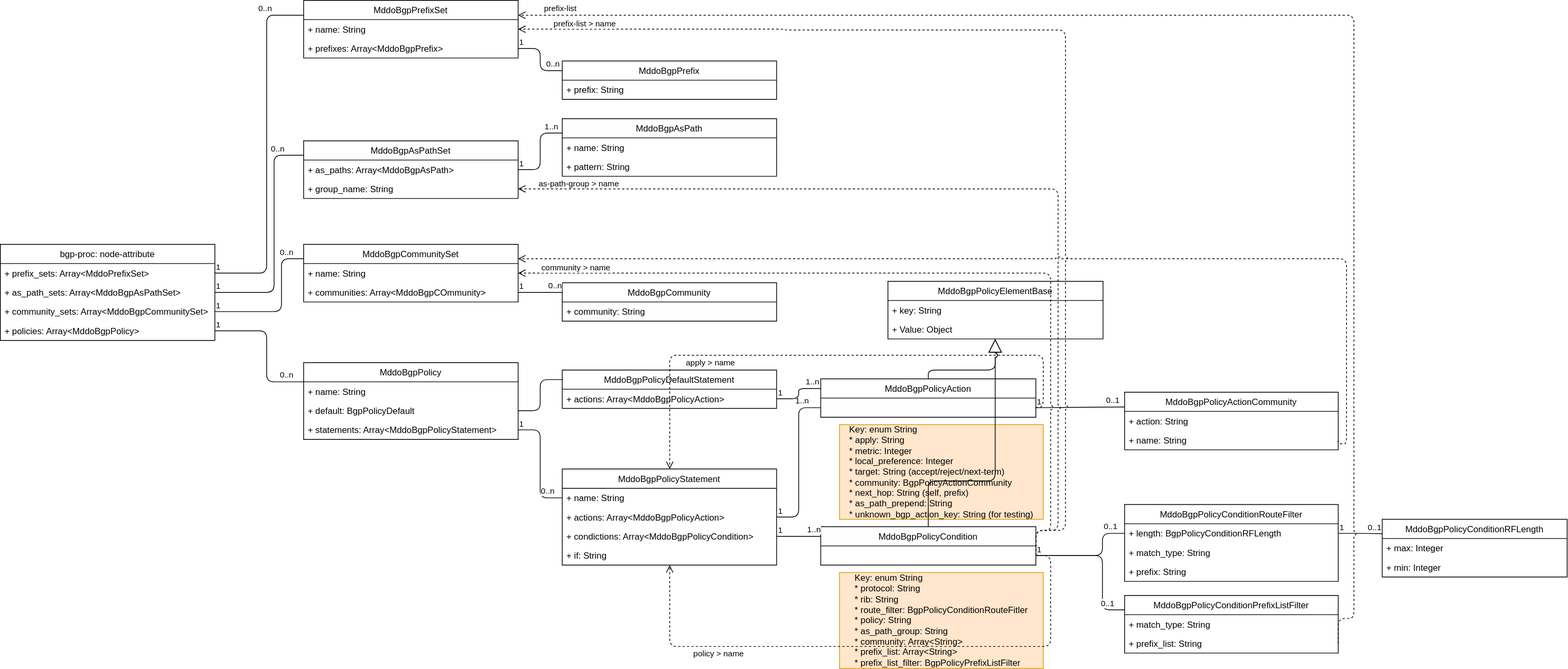
The draw.io diagram fig/bgp_policy_dsl.drawio.svg in ool-mddo/netomox, before a commit. Source tidied: cells renumbered, new cells last; positions are measured from the earlier drawing's top-left corner, leaving out a move shared by most shapes.
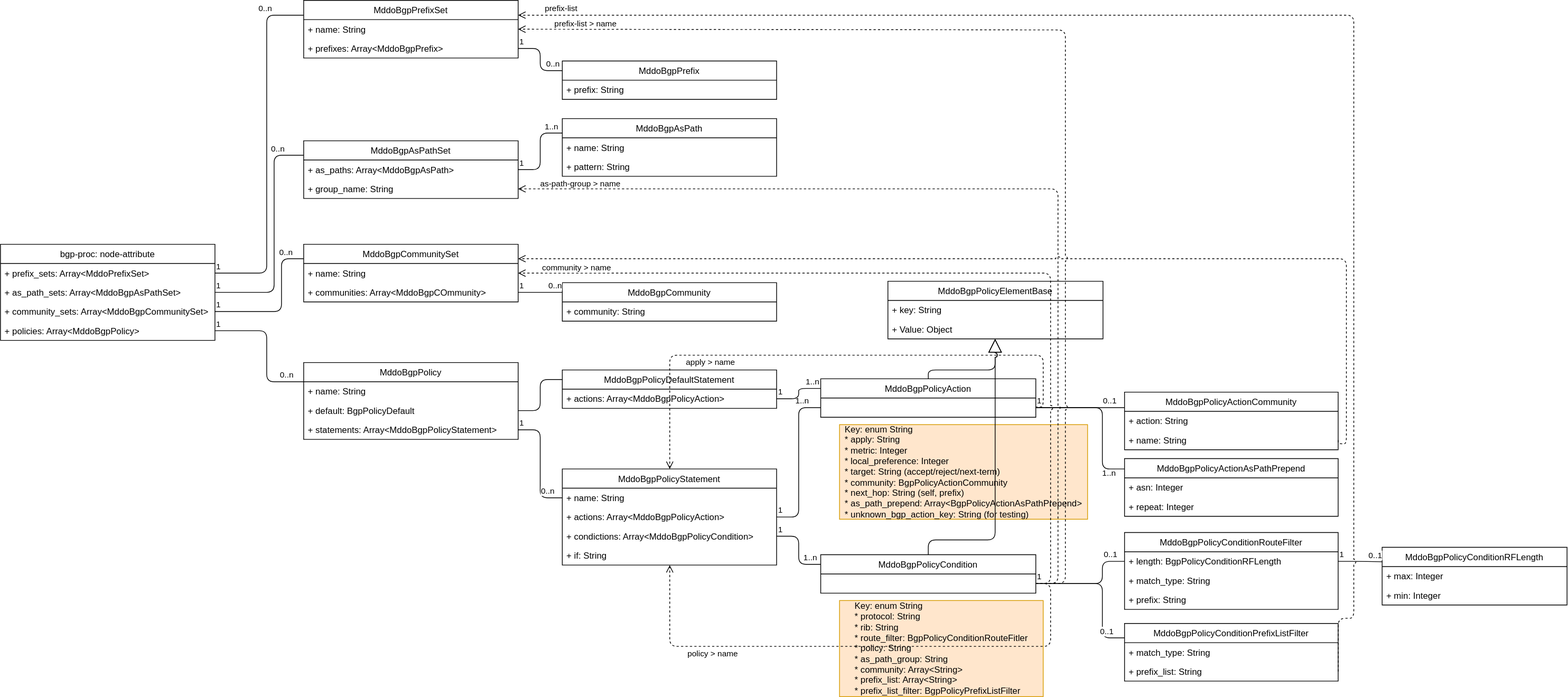
Above is the later version.

Commit message:
Update as-path-prepend data format

Diff of the diagram source:
```diff
@@ -117,10 +117,10 @@
       <mxGeometry x="1109.2" y="512" width="290.8" height="52" as="geometry" />
     </mxCell>
     <mxCell id="34" value="MddoBgpPolicyCondition" style="swimlane;fontStyle=0;horizontal=1;startSize=26;fillColor=none;" parent="1" vertex="1">
-      <mxGeometry x="1109.2" y="712" width="290.8" height="52" as="geometry" />
+      <mxGeometry x="1109.2" y="750" width="290.8" height="52" as="geometry" />
     </mxCell>
     <mxCell id="35" value="MddoBgpPolicyConditionRouteFilter" style="swimlane;fontStyle=0;horizontal=1;startSize=26;fillColor=none;" parent="1" vertex="1">
-      <mxGeometry x="1520" y="682" width="288.8" height="104" as="geometry" />
+      <mxGeometry x="1520" y="720" width="288.8" height="104" as="geometry" />
     </mxCell>
     <mxCell id="36" value="+ length: BgpPolicyConditionRFLength" style="text;strokeColor=none;fillColor=none;align=left;verticalAlign=top;spacingLeft=4;spacingRight=4;overflow=hidden;points=[[0,0.5],[1,0.5]];portConstraint=eastwest;" parent="35" vertex="1">
       <mxGeometry y="26" width="288.8" height="26" as="geometry" />
@@ -156,8 +156,8 @@
     <mxCell id="45" style="endArrow=none;endFill=0;html=1;edgeStyle=orthogonalEdgeStyle;align=left;verticalAlign=top;exitX=1;exitY=0.75;exitDx=0;exitDy=0;entryX=0;entryY=0.5;entryDx=0;entryDy=0;" parent="1" edge="1" source="34" target="36">
       <mxGeometry x="-1" relative="1" as="geometry">
         <Array as="points">
-          <mxPoint x="1490" y="751" />
-          <mxPoint x="1490" y="721" />
+          <mxPoint x="1490" y="789" />
+          <mxPoint x="1490" y="759" />
         </Array>
       </mxGeometry>
     </mxCell>
@@ -266,30 +266,25 @@
     <mxCell id="73" value="+ name: String" style="text;strokeColor=none;fillColor=none;align=left;verticalAlign=top;spacingLeft=4;spacingRight=4;overflow=hidden;points=[[0,0.5],[1,0.5]];portConstraint=eastwest;" parent="71" vertex="1">
       <mxGeometry y="52" width="288.8" height="26" as="geometry" />
     </mxCell>
-    <mxCell id="74" style="endArrow=none;endFill=0;html=1;edgeStyle=orthogonalEdgeStyle;align=left;verticalAlign=top;exitX=1;exitY=0.75;exitDx=0;exitDy=0;entryX=0;entryY=0.25;entryDx=0;entryDy=0;" parent="1" edge="1" source="33" target="71">
-      <mxGeometry x="-1" relative="1" as="geometry">
-        <Array as="points">
-          <mxPoint x="1400" y="550" />
-          <mxPoint x="1520" y="550" />
-        </Array>
-      </mxGeometry>
+    <mxCell id="74" style="endArrow=none;endFill=0;html=1;edgeStyle=orthogonalEdgeStyle;align=left;verticalAlign=top;exitX=1;exitY=0.75;exitDx=0;exitDy=0;entryX=0;entryY=0.27;entryDx=0;entryDy=0;entryPerimeter=0;" parent="1" edge="1" source="33" target="71">
+      <mxGeometry x="-1" relative="1" as="geometry" />
     </mxCell>
     <mxCell id="75" value="1" style="edgeLabel;html=1;align=left;verticalAlign=bottom;" parent="74" vertex="1">
       <mxGeometry x="-1" relative="1" as="geometry" />
     </mxCell>
     <mxCell id="76" value="0..1" style="edgeLabel;html=1;align=center;verticalAlign=middle;" parent="74" vertex="1">
       <mxGeometry x="0.79" y="-3" relative="1" as="geometry">
-        <mxPoint x="-4" y="-12" as="offset" />
+        <mxPoint x="-8" y="-12" as="offset" />
       </mxGeometry>
     </mxCell>
-    <mxCell id="77" value="&lt;div style=&quot;text-align: left;&quot;&gt;&lt;span style=&quot;background-color: initial;&quot;&gt;Key: enum String&lt;/span&gt;&lt;/div&gt;&lt;div style=&quot;text-align: left;&quot;&gt;&lt;span style=&quot;background-color: initial;&quot;&gt;* apply: String&lt;/span&gt;&lt;/div&gt;&lt;div style=&quot;text-align: left;&quot;&gt;&lt;span style=&quot;background-color: initial;&quot;&gt;* metric: Integer&lt;/span&gt;&lt;/div&gt;&lt;div style=&quot;text-align: left;&quot;&gt;&lt;span style=&quot;background-color: initial;&quot;&gt;* local_preference: Integer&lt;/span&gt;&lt;/div&gt;&lt;div style=&quot;text-align: left;&quot;&gt;&lt;span style=&quot;background-color: initial;&quot;&gt;* target: String (accept/reject/next-term)&lt;/span&gt;&lt;/div&gt;&lt;div style=&quot;text-align: left;&quot;&gt;&lt;span style=&quot;background-color: initial;&quot;&gt;* community: BgpPolicyActionCommunity&lt;/span&gt;&lt;/div&gt;&lt;div style=&quot;text-align: left;&quot;&gt;&lt;span style=&quot;background-color: initial;&quot;&gt;* next_hop: String (self, prefix)&lt;/span&gt;&lt;/div&gt;&lt;div style=&quot;text-align: left;&quot;&gt;&lt;span style=&quot;background-color: initial;&quot;&gt;* as_path_prepend: String&lt;/span&gt;&lt;/div&gt;&lt;div style=&quot;text-align: left;&quot;&gt;&lt;span style=&quot;background-color: initial;&quot;&gt;* unknown_bgp_action_key: String (for testing)&lt;/span&gt;&lt;/div&gt;" style="text;html=1;strokeColor=#d79b00;fillColor=#ffe6cc;align=center;verticalAlign=middle;whiteSpace=wrap;rounded=0;" parent="1" vertex="1">
-      <mxGeometry x="1134.6" y="574" width="275.4" height="128" as="geometry" />
+    <mxCell id="77" value="&lt;div style=&quot;text-align: left;&quot;&gt;&lt;span style=&quot;background-color: initial;&quot;&gt;Key: enum String&lt;/span&gt;&lt;/div&gt;&lt;div style=&quot;text-align: left;&quot;&gt;&lt;span style=&quot;background-color: initial;&quot;&gt;* apply: String&lt;/span&gt;&lt;/div&gt;&lt;div style=&quot;text-align: left;&quot;&gt;&lt;span style=&quot;background-color: initial;&quot;&gt;* metric: Integer&lt;/span&gt;&lt;/div&gt;&lt;div style=&quot;text-align: left;&quot;&gt;&lt;span style=&quot;background-color: initial;&quot;&gt;* local_preference: Integer&lt;/span&gt;&lt;/div&gt;&lt;div style=&quot;text-align: left;&quot;&gt;&lt;span style=&quot;background-color: initial;&quot;&gt;* target: String (accept/reject/next-term)&lt;/span&gt;&lt;/div&gt;&lt;div style=&quot;text-align: left;&quot;&gt;&lt;span style=&quot;background-color: initial;&quot;&gt;* community: BgpPolicyActionCommunity&lt;/span&gt;&lt;/div&gt;&lt;div style=&quot;text-align: left;&quot;&gt;&lt;span style=&quot;background-color: initial;&quot;&gt;* next_hop: String (self, prefix)&lt;/span&gt;&lt;/div&gt;&lt;div style=&quot;text-align: left;&quot;&gt;&lt;span style=&quot;background-color: initial;&quot;&gt;* as_path_prepend: Array&amp;lt;BgpPolicyActionAsPathPrepend&amp;gt;&lt;/span&gt;&lt;/div&gt;&lt;div style=&quot;text-align: left;&quot;&gt;&lt;span style=&quot;background-color: initial;&quot;&gt;* unknown_bgp_action_key: String (for testing)&lt;/span&gt;&lt;/div&gt;" style="text;html=1;strokeColor=#d79b00;fillColor=#ffe6cc;align=center;verticalAlign=middle;whiteSpace=wrap;rounded=0;" parent="1" vertex="1">
+      <mxGeometry x="1134.6" y="574" width="335.4" height="128" as="geometry" />
     </mxCell>
     <mxCell id="78" value="&lt;div style=&quot;text-align: left;&quot;&gt;&lt;span style=&quot;background-color: initial;&quot;&gt;Key: enum String&lt;/span&gt;&lt;/div&gt;&lt;div style=&quot;text-align: left;&quot;&gt;&lt;span style=&quot;background-color: initial;&quot;&gt;* protocol: String&lt;/span&gt;&lt;/div&gt;&lt;div style=&quot;text-align: left;&quot;&gt;&lt;span style=&quot;background-color: initial;&quot;&gt;* rib: String&lt;/span&gt;&lt;/div&gt;&lt;div style=&quot;border-color: var(--border-color); text-align: left;&quot;&gt;* route_filter: BgpPolicyConditionRouteFitler&lt;/div&gt;&lt;div style=&quot;border-color: var(--border-color); text-align: left;&quot;&gt;* policy: String&lt;/div&gt;&lt;div style=&quot;text-align: left;&quot;&gt;&lt;span style=&quot;background-color: initial;&quot;&gt;* as_path_group: String&lt;/span&gt;&lt;/div&gt;&lt;div style=&quot;text-align: left;&quot;&gt;* community: Array&amp;lt;String&amp;gt;&lt;span style=&quot;background-color: initial;&quot;&gt;&lt;br&gt;&lt;/span&gt;&lt;/div&gt;&lt;div style=&quot;text-align: left;&quot;&gt;&lt;span style=&quot;background-color: initial;&quot;&gt;* prefix_list: Array&amp;lt;String&amp;gt;&lt;/span&gt;&lt;br&gt;&lt;/div&gt;&lt;div style=&quot;text-align: left;&quot;&gt;&lt;span style=&quot;background-color: initial;&quot;&gt;* prefix_list_filter: BgpPolicyPrefixListFilter&lt;/span&gt;&lt;/div&gt;" style="text;html=1;strokeColor=#d79b00;fillColor=#ffe6cc;align=center;verticalAlign=middle;whiteSpace=wrap;rounded=0;" parent="1" vertex="1">
-      <mxGeometry x="1134.6" y="774" width="275.4" height="130" as="geometry" />
+      <mxGeometry x="1134.6" y="812" width="275.4" height="130" as="geometry" />
     </mxCell>
     <mxCell id="79" value="MddoBgpPolicyConditionRFLength" style="swimlane;fontStyle=0;horizontal=1;startSize=26;fillColor=none;" parent="1" vertex="1">
-      <mxGeometry x="1868.3" y="702" width="250" height="78" as="geometry" />
+      <mxGeometry x="1868.3" y="740" width="250" height="78" as="geometry" />
     </mxCell>
     <mxCell id="80" value="+ max: Integer" style="text;strokeColor=none;fillColor=none;align=left;verticalAlign=top;spacingLeft=4;spacingRight=4;overflow=hidden;" parent="79" vertex="1">
       <mxGeometry y="26" width="250" height="26" as="geometry" />
@@ -309,7 +304,7 @@
       </mxGeometry>
     </mxCell>
     <mxCell id="85" value="MddoBgpPolicyConditionPrefixListFilter" style="swimlane;fontStyle=0;horizontal=1;startSize=26;fillColor=none;" parent="1" vertex="1">
-      <mxGeometry x="1520" y="805" width="288.8" height="78" as="geometry" />
+      <mxGeometry x="1520" y="843" width="288.8" height="78" as="geometry" />
     </mxCell>
     <mxCell id="86" value="+ match_type: String" style="text;strokeColor=none;fillColor=none;align=left;verticalAlign=top;spacingLeft=4;spacingRight=4;overflow=hidden;" parent="85" vertex="1">
       <mxGeometry y="26" width="288.8" height="26" as="geometry" />
@@ -320,8 +315,8 @@
     <mxCell id="88" style="endArrow=none;endFill=0;html=1;edgeStyle=orthogonalEdgeStyle;align=left;verticalAlign=top;exitX=1;exitY=0.75;exitDx=0;exitDy=0;entryX=0;entryY=0.25;entryDx=0;entryDy=0;" parent="1" edge="1" source="34" target="85">
       <mxGeometry x="-1" relative="1" as="geometry">
         <Array as="points">
-          <mxPoint x="1490" y="751" />
-          <mxPoint x="1490" y="824" />
+          <mxPoint x="1490" y="789" />
+          <mxPoint x="1490" y="862" />
         </Array>
       </mxGeometry>
     </mxCell>
@@ -350,7 +345,7 @@
     <mxCell id="93" style="html=1;verticalAlign=bottom;endArrow=open;dashed=1;endSize=8;entryX=1;entryY=0.5;entryDx=0;entryDy=0;edgeStyle=orthogonalEdgeStyle;exitX=1;exitY=0.75;exitDx=0;exitDy=0;jumpStyle=arc;" parent="1" edge="1" source="34" target="50">
       <mxGeometry relative="1" as="geometry">
         <Array as="points">
-          <mxPoint x="1430" y="717" />
+          <mxPoint x="1430" y="789" />
           <mxPoint x="1430" y="255" />
         </Array>
       </mxGeometry>
@@ -391,7 +386,6 @@
     <mxCell id="102" style="html=1;verticalAlign=bottom;endArrow=open;dashed=1;endSize=8;edgeStyle=orthogonalEdgeStyle;exitX=1;exitY=0.75;exitDx=0;exitDy=0;" parent="1" edge="1" source="33" target="25">
       <mxGeometry relative="1" as="geometry">
         <Array as="points">
-          <mxPoint x="1400" y="550" />
           <mxPoint x="1410" y="550" />
           <mxPoint x="1410" y="480" />
           <mxPoint x="905" y="480" />
@@ -406,7 +400,7 @@
     <mxCell id="104" style="html=1;verticalAlign=bottom;endArrow=open;dashed=1;endSize=8;edgeStyle=orthogonalEdgeStyle;exitX=1;exitY=0.75;exitDx=0;exitDy=0;entryX=0.5;entryY=1;entryDx=0;entryDy=0;" parent="1" edge="1" source="34" target="25">
       <mxGeometry relative="1" as="geometry">
         <Array as="points">
-          <mxPoint x="1420" y="751" />
+          <mxPoint x="1420" y="789" />
           <mxPoint x="1420" y="874" />
           <mxPoint x="905" y="874" />
           <mxPoint x="905" y="764" />
@@ -421,7 +415,7 @@
     <mxCell id="106" style="html=1;verticalAlign=bottom;endArrow=open;dashed=1;endSize=8;edgeStyle=orthogonalEdgeStyle;exitX=1;exitY=0.75;exitDx=0;exitDy=0;jumpStyle=arc;" parent="1" edge="1" source="34" target="8">
       <mxGeometry relative="1" as="geometry">
         <Array as="points">
-          <mxPoint x="1420" y="717" />
+          <mxPoint x="1420" y="789" />
           <mxPoint x="1420" y="369" />
         </Array>
       </mxGeometry>
@@ -434,7 +428,7 @@
     <mxCell id="108" style="html=1;verticalAlign=bottom;endArrow=open;dashed=1;endSize=8;entryX=1;entryY=0.5;entryDx=0;entryDy=0;edgeStyle=orthogonalEdgeStyle;exitX=1;exitY=0.75;exitDx=0;exitDy=0;jumpStyle=arc;" parent="1" edge="1" source="34" target="61">
       <mxGeometry relative="1" as="geometry">
         <Array as="points">
-          <mxPoint x="1440" y="717" />
+          <mxPoint x="1440" y="789" />
           <mxPoint x="1440" y="40" />
           <mxPoint x="1060" y="40" />
           <mxPoint x="1060" y="39" />
@@ -466,10 +460,35 @@
     <mxCell id="114" style="endArrow=block;endSize=16;endFill=0;html=1;rounded=1;exitX=0.5;exitY=0;exitDx=0;exitDy=0;edgeStyle=orthogonalEdgeStyle;jumpStyle=arc;curved=0;" parent="1" edge="1" source="34" target="110">
       <mxGeometry relative="1" as="geometry">
         <Array as="points">
-          <mxPoint x="1255" y="650" />
-          <mxPoint x="1345" y="650" />
+          <mxPoint x="1255" y="730" />
+          <mxPoint x="1345" y="730" />
         </Array>
       </mxGeometry>
     </mxCell>
+    <mxCell id="115" value="MddoBgpPolicyActionAsPathPrepend" style="swimlane;fontStyle=0;horizontal=1;startSize=26;fillColor=none;" parent="1" vertex="1">
+      <mxGeometry x="1520" y="620" width="288.8" height="78" as="geometry" />
+    </mxCell>
+    <mxCell id="116" value="+ asn: Integer" style="text;strokeColor=none;fillColor=none;align=left;verticalAlign=top;spacingLeft=4;spacingRight=4;overflow=hidden;" parent="115" vertex="1">
+      <mxGeometry y="26" width="288.8" height="26" as="geometry" />
+    </mxCell>
+    <mxCell id="117" value="+ repeat: Integer" style="text;strokeColor=none;fillColor=none;align=left;verticalAlign=top;spacingLeft=4;spacingRight=4;overflow=hidden;" parent="115" vertex="1">
+      <mxGeometry y="52" width="288.8" height="26" as="geometry" />
+    </mxCell>
+    <mxCell id="118" style="endArrow=none;endFill=0;html=1;edgeStyle=orthogonalEdgeStyle;align=left;verticalAlign=top;exitX=1;exitY=0.75;exitDx=0;exitDy=0;" parent="1" edge="1" source="33" target="115">
+      <mxGeometry x="-1" relative="1" as="geometry">
+        <Array as="points">
+          <mxPoint x="1490" y="551" />
+          <mxPoint x="1490" y="634" />
+        </Array>
+      </mxGeometry>
+    </mxCell>
+    <mxCell id="119" value="1" style="edgeLabel;html=1;align=left;verticalAlign=bottom;" parent="118" vertex="1">
+      <mxGeometry x="-1" relative="1" as="geometry" />
+    </mxCell>
+    <mxCell id="120" value="1..n" style="edgeLabel;html=1;align=center;verticalAlign=middle;labelBackgroundColor=none;" parent="118" vertex="1">
+      <mxGeometry x="0.79" y="-3" relative="1" as="geometry">
+        <mxPoint y="3" as="offset" />
+      </mxGeometry>
+    </mxCell>
   </root>
 </mxGraphModel>
```
